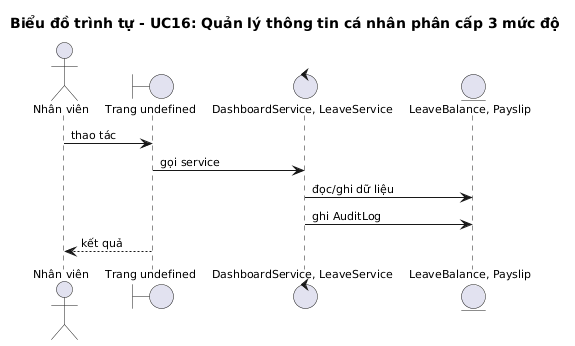
BlackOwl242/tailieuhoctap keeps this PlantUML diagram as Hệ thống thông tin quản trị nhân lực/doc/images/hinh_seq_uc16.png. Above is the earlier version.
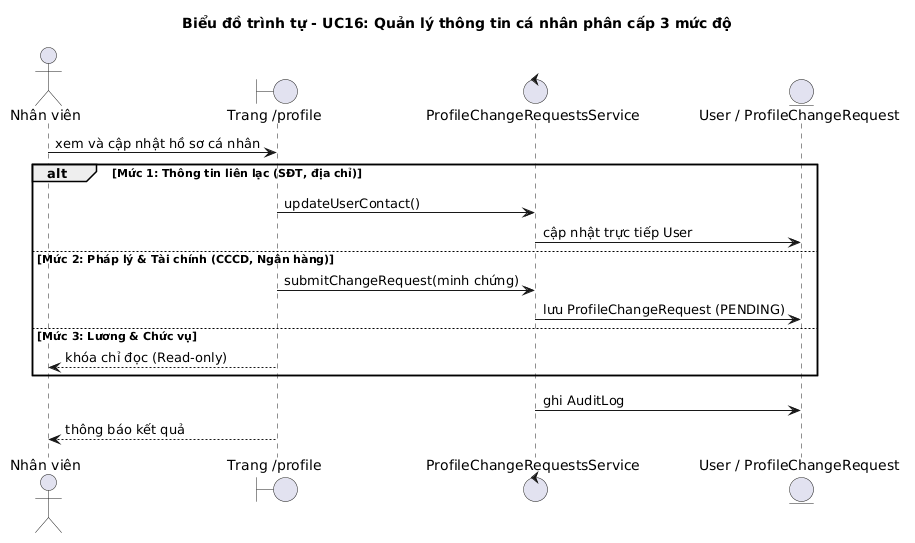
After the change.

The edit, as a diff of the source:
```diff
@@ -1,20 +1,21 @@
 @startuml
 skinparam linetype ortho
 skinparam shadowing false
-skinparam defaultFontName "Times New Roman"
-skinparam defaultFontSize 11
-skinparam roundCorner 4
 title Biểu đồ trình tự - UC16: Quản lý thông tin cá nhân phân cấp 3 mức độ
-
-skinparam linetype ortho
-skinparam shadowing false
 actor "Nhân viên" as A
-boundary "Trang undefined" as B
-control "DashboardService, LeaveService" as C
-entity "LeaveBalance, Payslip" as E
-A -> B : thao tác
-B -> C : gọi service
-C -> E : đọc/ghi dữ liệu
+boundary "Trang /profile" as B
+control "ProfileChangeRequestsService" as C
+entity "User / ProfileChangeRequest" as E
+A -> B : xem và cập nhật hồ sơ cá nhân
+alt Mức 1: Thông tin liên lạc (SĐT, địa chỉ)
+  B -> C : updateUserContact()
+  C -> E : cập nhật trực tiếp User
+else Mức 2: Pháp lý & Tài chính (CCCD, Ngân hàng)
+  B -> C : submitChangeRequest(minh chứng)
+  C -> E : lưu ProfileChangeRequest (PENDING)
+else Mức 3: Lương & Chức vụ
+  B --> A : khóa chỉ đọc (Read-only)
+end
 C -> E : ghi AuditLog
-B --> A : kết quả
+B --> A : thông báo kết quả
 @enduml
```
